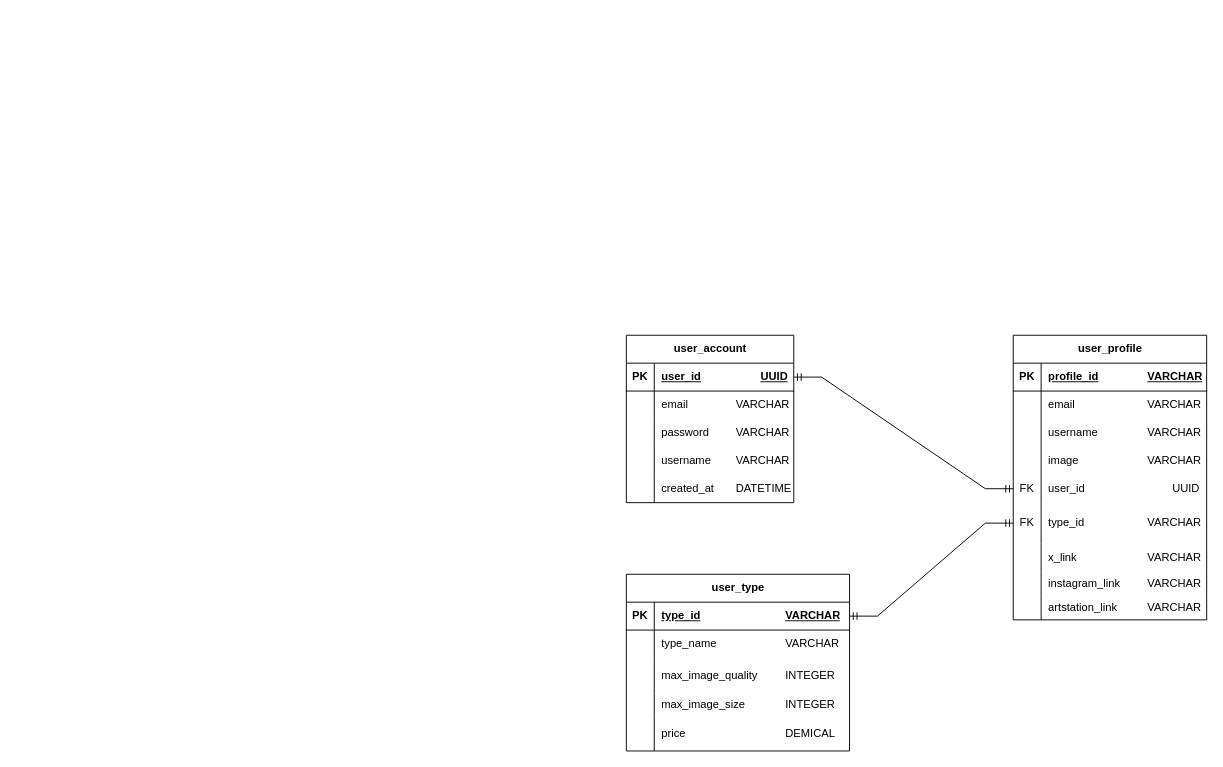
Earlier version of the draw.io diagram page "RDM_diagram" (2 of 2) of designs/database.drawio (PhoenixWK/spirit-blossom). Source tidied: cells renumbered, new cells numbered last; positions are measured from the earlier drawing's top-left corner, leaving out a move shared by most shapes. Both pictures are drawn from the tidied source at 93%, with x=0, y=0 at pixel (626, 335).
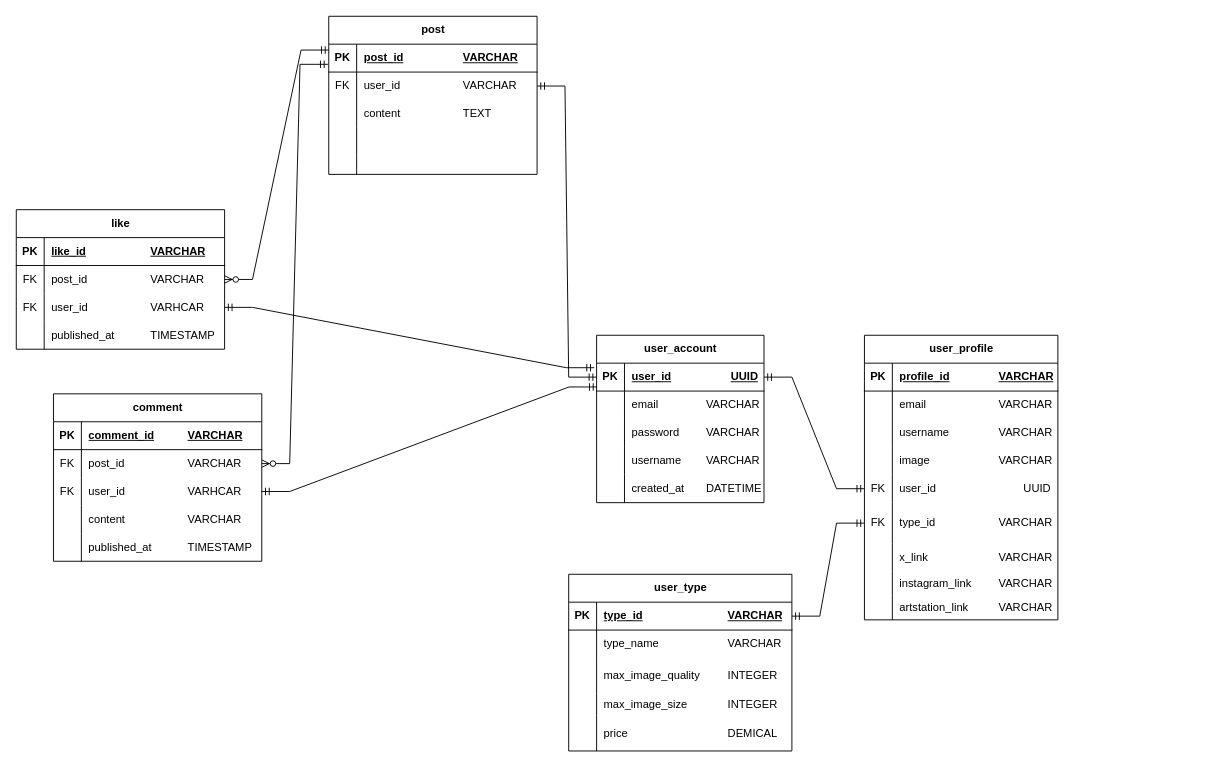
The same diagram, later.

Unchanged cells that the change refers to:
```xml
<mxCell id="3" style="shape=tableRow;horizontal=0;startSize=0;swimlaneHead=0;swimlaneBody=0;fillColor=none;points=[[0,0.5],[1,0.5]];portConstraint=eastwest;top=0;left=0;right=0;bottom=1;" parent="2" vertex="1">
  <mxGeometry y="30" width="180" height="30" as="geometry" />
</mxCell>
```

What changed in the source:
```diff
@@
     <mxCell id="2" value="user_account" style="shape=table;startSize=30;childLayout=tableLayout;rowLines=0;fontStyle=1;align=center;html=1;" parent="1" vertex="1">
-      <mxGeometry width="180" height="180" as="geometry" />
+      <mxGeometry x="-32" width="180" height="180" as="geometry" />
     </mxCell>
@@
     <mxCell id="18" value="user_profile" style="shape=table;startSize=30;childLayout=tableLayout;rowLines=0;fontStyle=1;align=center;html=1;" parent="1" vertex="1">
-      <mxGeometry x="416" width="208" height="306" as="geometry" />
+      <mxGeometry x="256" width="208" height="306" as="geometry" />
     </mxCell>
@@
     <mxCell id="47" value="user_type" style="shape=table;startSize=30;childLayout=tableLayout;rowLines=0;fontStyle=1;align=center;html=1;" parent="1" vertex="1">
-      <mxGeometry y="257" width="240" height="190" as="geometry" />
+      <mxGeometry x="-62" y="257" width="240" height="190" as="geometry" />
     </mxCell>
@@
+    <mxCell id="64" value="like" style="shape=table;startSize=30;childLayout=tableLayout;rowLines=0;fontStyle=1;align=center;html=1;" parent="1" vertex="1">
+      <mxGeometry x="-656" y="-135" width="224" height="150" as="geometry" />
+    </mxCell>
+    <mxCell id="65" style="shape=tableRow;horizontal=0;startSize=0;swimlaneHead=0;swimlaneBody=0;fillColor=none;top=0;left=0;right=0;bottom=1;" parent="64" vertex="1">
+      <mxGeometry y="30" width="224" height="30" as="geometry" />
+    </mxCell>
+    <mxCell id="66" value="PK" style="shape=partialRectangle;fillColor=none;top=0;left=0;bottom=0;right=0;fontStyle=1;overflow=hidden;whiteSpace=wrap;html=1;" parent="65" vertex="1">
+      <mxGeometry width="30" height="30" as="geometry" />
+    </mxCell>
+    <mxCell id="67" value="like_id&lt;span style=&quot;white-space: pre;&quot;&gt;&#9;&lt;/span&gt;&lt;span style=&quot;white-space: pre;&quot;&gt;&#9;&lt;span style=&quot;white-space: pre;&quot;&gt;&#9;&lt;/span&gt;&lt;/span&gt;VARCHAR" style="shape=partialRectangle;fillColor=none;top=0;left=0;bottom=0;right=0;align=left;spacingLeft=6;fontStyle=5;overflow=hidden;whiteSpace=wrap;html=1;" parent="65" vertex="1">
+      <mxGeometry x="30" width="194" height="30" as="geometry" />
+    </mxCell>
+    <mxCell id="68" style="shape=tableRow;horizontal=0;startSize=0;swimlaneHead=0;swimlaneBody=0;fillColor=none;points=[[0,0.5],[1,0.5]];portConstraint=eastwest;top=0;left=0;right=0;bottom=0;" parent="64" vertex="1">
+      <mxGeometry y="60" width="224" height="30" as="geometry" />
+    </mxCell>
+    <mxCell id="69" value="FK" style="shape=partialRectangle;fillColor=none;top=0;left=0;bottom=0;right=0;overflow=hidden;whiteSpace=wrap;html=1;" parent="68" vertex="1">
+      <mxGeometry width="30" height="30" as="geometry" />
+    </mxCell>
+    <mxCell id="70" value="post_id&lt;span style=&quot;white-space: pre;&quot;&gt;&#9;&lt;/span&gt;&lt;span style=&quot;white-space: pre;&quot;&gt;&#9;&lt;span style=&quot;white-space: pre;&quot;&gt;&#9;&lt;/span&gt;&lt;/span&gt;VARCHAR" style="shape=partialRectangle;fillColor=none;top=0;left=0;bottom=0;right=0;align=left;spacingLeft=6;overflow=hidden;whiteSpace=wrap;html=1;" parent="68" vertex="1">
+      <mxGeometry x="30" width="194" height="30" as="geometry" />
+    </mxCell>
+    <mxCell id="71" style="shape=tableRow;horizontal=0;startSize=0;swimlaneHead=0;swimlaneBody=0;fillColor=none;points=[[0,0.5],[1,0.5]];portConstraint=eastwest;top=0;left=0;right=0;bottom=0;" parent="64" vertex="1">
+      <mxGeometry y="90" width="224" height="30" as="geometry" />
+    </mxCell>
+    <mxCell id="72" value="FK" style="shape=partialRectangle;fillColor=none;top=0;left=0;bottom=0;right=0;overflow=hidden;whiteSpace=wrap;html=1;" parent="71" vertex="1">
+      <mxGeometry width="30" height="30" as="geometry" />
+    </mxCell>
+    <mxCell id="73" value="user_id&lt;span style=&quot;white-space: pre;&quot;&gt;&#9;&lt;/span&gt;&lt;span style=&quot;white-space: pre;&quot;&gt;&#9;&lt;span style=&quot;white-space: pre;&quot;&gt;&#9;&lt;/span&gt;&lt;/span&gt;VARHCAR" style="shape=partialRectangle;fillColor=none;top=0;left=0;bottom=0;right=0;align=left;spacingLeft=6;overflow=hidden;whiteSpace=wrap;html=1;" parent="71" vertex="1">
+      <mxGeometry x="30" width="194" height="30" as="geometry" />
+    </mxCell>
+    <mxCell id="74" style="shape=tableRow;horizontal=0;startSize=0;swimlaneHead=0;swimlaneBody=0;fillColor=none;top=0;left=0;right=0;bottom=0;" parent="64" vertex="1">
+      <mxGeometry y="120" width="224" height="30" as="geometry" />
+    </mxCell>
+    <mxCell id="75" style="shape=partialRectangle;fillColor=none;top=0;left=0;bottom=0;right=0;overflow=hidden;whiteSpace=wrap;html=1;" parent="74" vertex="1">
+      <mxGeometry width="30" height="30" as="geometry" />
+    </mxCell>
+    <mxCell id="76" value="published_at&amp;nbsp;&lt;span style=&quot;white-space: pre;&quot;&gt;&#9;&lt;span style=&quot;white-space: pre;&quot;&gt;&#9;&lt;/span&gt;&lt;/span&gt;TIMESTAMP" style="shape=partialRectangle;fillColor=none;top=0;left=0;bottom=0;right=0;align=left;spacingLeft=6;overflow=hidden;whiteSpace=wrap;html=1;" parent="74" vertex="1">
+      <mxGeometry x="30" width="194" height="30" as="geometry" />
+    </mxCell>
+    <mxCell id="77" value="comment" style="shape=table;startSize=30;childLayout=tableLayout;rowLines=0;fontStyle=1;align=center;html=1;" parent="1" vertex="1">
+      <mxGeometry x="-616" y="63" width="224" height="180" as="geometry" />
+    </mxCell>
+    <mxCell id="78" style="shape=tableRow;horizontal=0;startSize=0;swimlaneHead=0;swimlaneBody=0;fillColor=none;top=0;left=0;right=0;bottom=1;" parent="77" vertex="1">
+      <mxGeometry y="30" width="224" height="30" as="geometry" />
+    </mxCell>
+    <mxCell id="79" value="PK" style="shape=partialRectangle;fillColor=none;top=0;left=0;bottom=0;right=0;fontStyle=1;overflow=hidden;whiteSpace=wrap;html=1;" parent="78" vertex="1">
+      <mxGeometry width="30" height="30" as="geometry" />
+    </mxCell>
+    <mxCell id="80" value="comment_id&lt;span style=&quot;white-space: pre;&quot;&gt;&#9;&lt;/span&gt;&lt;span style=&quot;white-space: pre;&quot;&gt;&#9;&lt;/span&gt;VARCHAR" style="shape=partialRectangle;fillColor=none;top=0;left=0;bottom=0;right=0;align=left;spacingLeft=6;fontStyle=5;overflow=hidden;whiteSpace=wrap;html=1;" parent="78" vertex="1">
+      <mxGeometry x="30" width="194" height="30" as="geometry" />
+    </mxCell>
+    <mxCell id="81" style="shape=tableRow;horizontal=0;startSize=0;swimlaneHead=0;swimlaneBody=0;fillColor=none;points=[[0,0.5],[1,0.5]];portConstraint=eastwest;top=0;left=0;right=0;bottom=0;" parent="77" vertex="1">
+      <mxGeometry y="60" width="224" height="30" as="geometry" />
+    </mxCell>
+    <mxCell id="82" value="FK" style="shape=partialRectangle;fillColor=none;top=0;left=0;bottom=0;right=0;overflow=hidden;whiteSpace=wrap;html=1;" parent="81" vertex="1">
+      <mxGeometry width="30" height="30" as="geometry" />
+    </mxCell>
+    <mxCell id="83" value="post_id&lt;span style=&quot;white-space: pre;&quot;&gt;&#9;&lt;/span&gt;&lt;span style=&quot;white-space: pre;&quot;&gt;&#9;&lt;span style=&quot;white-space: pre;&quot;&gt;&#9;&lt;/span&gt;&lt;/span&gt;VARCHAR" style="shape=partialRectangle;fillColor=none;top=0;left=0;bottom=0;right=0;align=left;spacingLeft=6;overflow=hidden;whiteSpace=wrap;html=1;" parent="81" vertex="1">
+      <mxGeometry x="30" width="194" height="30" as="geometry" />
+    </mxCell>
+    <mxCell id="84" style="shape=tableRow;horizontal=0;startSize=0;swimlaneHead=0;swimlaneBody=0;fillColor=none;points=[[0,0.5],[1,0.5]];portConstraint=eastwest;top=0;left=0;right=0;bottom=0;" parent="77" vertex="1">
+      <mxGeometry y="90" width="224" height="30" as="geometry" />
+    </mxCell>
+    <mxCell id="85" value="FK" style="shape=partialRectangle;fillColor=none;top=0;left=0;bottom=0;right=0;overflow=hidden;whiteSpace=wrap;html=1;" parent="84" vertex="1">
+      <mxGeometry width="30" height="30" as="geometry" />
+    </mxCell>
+    <mxCell id="86" value="user_id&lt;span style=&quot;white-space: pre;&quot;&gt;&#9;&lt;/span&gt;&lt;span style=&quot;white-space: pre;&quot;&gt;&#9;&lt;span style=&quot;white-space: pre;&quot;&gt;&#9;&lt;/span&gt;&lt;/span&gt;VARHCAR" style="shape=partialRectangle;fillColor=none;top=0;left=0;bottom=0;right=0;align=left;spacingLeft=6;overflow=hidden;whiteSpace=wrap;html=1;" parent="84" vertex="1">
+      <mxGeometry x="30" width="194" height="30" as="geometry" />
+    </mxCell>
+    <mxCell id="87" style="shape=tableRow;horizontal=0;startSize=0;swimlaneHead=0;swimlaneBody=0;fillColor=none;top=0;left=0;right=0;bottom=0;" parent="77" vertex="1">
+      <mxGeometry y="120" width="224" height="30" as="geometry" />
+    </mxCell>
+    <mxCell id="88" style="shape=partialRectangle;fillColor=none;top=0;left=0;bottom=0;right=0;overflow=hidden;whiteSpace=wrap;html=1;" parent="87" vertex="1">
+      <mxGeometry width="30" height="30" as="geometry" />
+    </mxCell>
+    <mxCell id="89" value="content&lt;span style=&quot;white-space: pre;&quot;&gt;&#9;&lt;span style=&quot;white-space: pre;&quot;&gt;&#9;&lt;span style=&quot;white-space: pre;&quot;&gt;&#9;&lt;/span&gt;VARCHAR&lt;/span&gt;&lt;/span&gt;" style="shape=partialRectangle;fillColor=none;top=0;left=0;bottom=0;right=0;align=left;spacingLeft=6;overflow=hidden;whiteSpace=wrap;html=1;" parent="87" vertex="1">
+      <mxGeometry x="30" width="194" height="30" as="geometry" />
+    </mxCell>
+    <mxCell id="90" style="shape=tableRow;horizontal=0;startSize=0;swimlaneHead=0;swimlaneBody=0;fillColor=none;top=0;left=0;right=0;bottom=0;" parent="77" vertex="1">
+      <mxGeometry y="150" width="224" height="30" as="geometry" />
+    </mxCell>
+    <mxCell id="91" style="shape=partialRectangle;fillColor=none;top=0;left=0;bottom=0;right=0;overflow=hidden;whiteSpace=wrap;html=1;" parent="90" vertex="1">
+      <mxGeometry width="30" height="30" as="geometry" />
+    </mxCell>
+    <mxCell id="92" value="published_at&amp;nbsp;&lt;span style=&quot;white-space: pre;&quot;&gt;&#9;&lt;span style=&quot;white-space: pre;&quot;&gt;&#9;&lt;/span&gt;&lt;/span&gt;TIMESTAMP" style="shape=partialRectangle;fillColor=none;top=0;left=0;bottom=0;right=0;align=left;spacingLeft=6;overflow=hidden;whiteSpace=wrap;html=1;" parent="90" vertex="1">
+      <mxGeometry x="30" width="194" height="30" as="geometry" />
+    </mxCell>
+    <mxCell id="93" value="post" style="shape=table;startSize=30;childLayout=tableLayout;rowLines=0;fontStyle=1;align=center;html=1;" parent="1" vertex="1">
+      <mxGeometry x="-320" y="-343" width="224" height="170" as="geometry" />
+    </mxCell>
+    <mxCell id="94" style="shape=tableRow;horizontal=0;startSize=0;swimlaneHead=0;swimlaneBody=0;fillColor=none;points=[[0,0.5],[1,0.5]];portConstraint=eastwest;top=0;left=0;right=0;bottom=1;" parent="93" vertex="1">
+      <mxGeometry y="30" width="224" height="30" as="geometry" />
+    </mxCell>
+    <mxCell id="95" value="PK" style="shape=partialRectangle;fillColor=none;top=0;left=0;bottom=0;right=0;fontStyle=1;overflow=hidden;whiteSpace=wrap;html=1;" parent="94" vertex="1">
+      <mxGeometry width="30" height="30" as="geometry" />
+    </mxCell>
+    <mxCell id="96" value="post_id&lt;span style=&quot;white-space: pre;&quot;&gt;&#9;&lt;/span&gt;&lt;span style=&quot;white-space: pre;&quot;&gt;&#9;&lt;span style=&quot;white-space: pre;&quot;&gt;&#9;&lt;/span&gt;&lt;/span&gt;VARCHAR" style="shape=partialRectangle;fillColor=none;top=0;left=0;bottom=0;right=0;align=left;spacingLeft=6;fontStyle=5;overflow=hidden;whiteSpace=wrap;html=1;" parent="94" vertex="1">
+      <mxGeometry x="30" width="194" height="30" as="geometry" />
+    </mxCell>
+    <mxCell id="97" style="shape=tableRow;horizontal=0;startSize=0;swimlaneHead=0;swimlaneBody=0;fillColor=none;points=[[0,0.5],[1,0.5]];portConstraint=eastwest;top=0;left=0;right=0;bottom=0;" parent="93" vertex="1">
+      <mxGeometry y="60" width="224" height="30" as="geometry" />
+    </mxCell>
+    <mxCell id="98" value="FK" style="shape=partialRectangle;fillColor=none;top=0;left=0;bottom=0;right=0;overflow=hidden;whiteSpace=wrap;html=1;" parent="97" vertex="1">
+      <mxGeometry width="30" height="30" as="geometry" />
+    </mxCell>
+    <mxCell id="99" value="user_id&lt;span style=&quot;white-space: pre;&quot;&gt;&#9;&lt;/span&gt;&lt;span style=&quot;white-space: pre;&quot;&gt;&#9;&lt;span style=&quot;white-space: pre;&quot;&gt;&#9;&lt;/span&gt;&lt;/span&gt;VARCHAR" style="shape=partialRectangle;fillColor=none;top=0;left=0;bottom=0;right=0;align=left;spacingLeft=6;overflow=hidden;whiteSpace=wrap;html=1;" parent="97" vertex="1">
+      <mxGeometry x="30" width="194" height="30" as="geometry" />
+    </mxCell>
+    <mxCell id="100" style="shape=tableRow;horizontal=0;startSize=0;swimlaneHead=0;swimlaneBody=0;fillColor=none;top=0;left=0;right=0;bottom=0;" parent="93" vertex="1">
+      <mxGeometry y="90" width="224" height="30" as="geometry" />
+    </mxCell>
+    <mxCell id="101" style="shape=partialRectangle;fillColor=none;top=0;left=0;bottom=0;right=0;overflow=hidden;whiteSpace=wrap;html=1;" parent="100" vertex="1">
+      <mxGeometry width="30" height="30" as="geometry" />
+    </mxCell>
+    <mxCell id="102" value="content&lt;span style=&quot;white-space: pre;&quot;&gt;&#9;&lt;/span&gt;&lt;span style=&quot;white-space: pre;&quot;&gt;&#9;&lt;/span&gt;&lt;span style=&quot;white-space: pre;&quot;&gt;&#9;&lt;/span&gt;TEXT" style="shape=partialRectangle;fillColor=none;top=0;left=0;bottom=0;right=0;align=left;spacingLeft=6;overflow=hidden;whiteSpace=wrap;html=1;" parent="100" vertex="1">
+      <mxGeometry x="30" width="194" height="30" as="geometry" />
+    </mxCell>
+    <mxCell id="103" style="shape=tableRow;horizontal=0;startSize=0;swimlaneHead=0;swimlaneBody=0;fillColor=none;top=0;left=0;right=0;bottom=0;" parent="93" vertex="1">
+      <mxGeometry y="120" width="224" height="30" as="geometry" />
+    </mxCell>
+    <mxCell id="104" style="shape=partialRectangle;fillColor=none;top=0;left=0;bottom=0;right=0;overflow=hidden;whiteSpace=wrap;html=1;" parent="103" vertex="1">
+      <mxGeometry width="30" height="30" as="geometry" />
+    </mxCell>
+    <mxCell id="105" style="shape=partialRectangle;fillColor=none;top=0;left=0;bottom=0;right=0;align=left;spacingLeft=6;overflow=hidden;whiteSpace=wrap;html=1;" parent="103" vertex="1">
+      <mxGeometry x="30" width="194" height="30" as="geometry" />
+    </mxCell>
+    <mxCell id="106" style="shape=tableRow;horizontal=0;startSize=0;swimlaneHead=0;swimlaneBody=0;fillColor=none;top=0;left=0;right=0;bottom=0;" parent="93" vertex="1">
+      <mxGeometry y="150" width="224" height="20" as="geometry" />
+    </mxCell>
+    <mxCell id="107" style="shape=partialRectangle;fillColor=none;top=0;left=0;bottom=0;right=0;overflow=hidden;whiteSpace=wrap;html=1;" parent="106" vertex="1">
+      <mxGeometry width="30" height="20" as="geometry" />
+    </mxCell>
+    <mxCell id="108" style="shape=partialRectangle;fillColor=none;top=0;left=0;bottom=0;right=0;align=left;spacingLeft=6;overflow=hidden;whiteSpace=wrap;html=1;" parent="106" vertex="1">
+      <mxGeometry x="30" width="194" height="20" as="geometry" />
+    </mxCell>
+    <mxCell id="109" style="edgeStyle=entityRelationEdgeStyle;fontSize=12;html=1;endArrow=ERmandOne;startArrow=ERmandOne;rounded=0;exitX=1;exitY=0.5;exitDx=0;exitDy=0;entryX=0;entryY=0.5;entryDx=0;entryDy=0;" parent="1" edge="1" source="97" target="3">
+      <mxGeometry relative="1" as="geometry" />
+    </mxCell>
+    <mxCell id="110" style="edgeStyle=entityRelationEdgeStyle;fontSize=12;html=1;endArrow=ERmandOne;startArrow=ERmandOne;rounded=0;exitX=1;exitY=0.5;exitDx=0;exitDy=0;entryX=-0.014;entryY=0.163;entryDx=0;entryDy=0;entryPerimeter=0;" parent="1" edge="1" source="71" target="3">
+      <mxGeometry relative="1" as="geometry" />
+    </mxCell>
+    <mxCell id="111" style="edgeStyle=entityRelationEdgeStyle;fontSize=12;html=1;endArrow=ERmandOne;startArrow=ERmandOne;rounded=0;exitX=1;exitY=0.5;exitDx=0;exitDy=0;entryX=0.002;entryY=0.853;entryDx=0;entryDy=0;entryPerimeter=0;" parent="1" edge="1" source="84" target="3">
+      <mxGeometry relative="1" as="geometry">
+        <Array as="points">
+          <mxPoint x="-168" y="281" />
+        </Array>
+      </mxGeometry>
+    </mxCell>
+    <mxCell id="112" style="edgeStyle=entityRelationEdgeStyle;fontSize=12;html=1;endArrow=ERzeroToMany;startArrow=ERmandOne;rounded=0;exitX=0.001;exitY=0.211;exitDx=0;exitDy=0;exitPerimeter=0;" parent="1" edge="1" source="94" target="68">
+      <mxGeometry relative="1" as="geometry" />
+    </mxCell>
+    <mxCell id="113" style="edgeStyle=entityRelationEdgeStyle;fontSize=12;html=1;endArrow=ERzeroToMany;startArrow=ERmandOne;rounded=0;exitX=-0.004;exitY=0.722;exitDx=0;exitDy=0;exitPerimeter=0;entryX=1;entryY=0.5;entryDx=0;entryDy=0;" parent="1" edge="1" source="94" target="81">
+      <mxGeometry relative="1" as="geometry" />
+    </mxCell>
```
